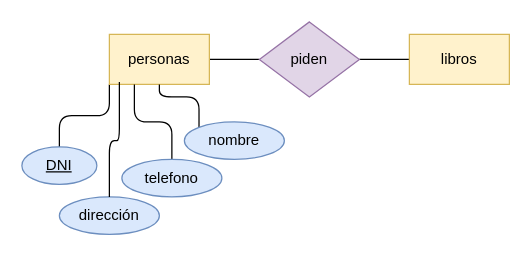
This is Unidad-1/Tareas/tarea-6/Diagrama sin título.drawio from toninavhd/Base-datos, a draw.io file, before an edit. Source tidied: cells renumbered, new cells numbered last; positions are measured from the earlier drawing's top-left corner, leaving out a move shared by most shapes. Both pictures are drawn from the tidied source at 125%, with x=0, y=0 at pixel (21, 21).
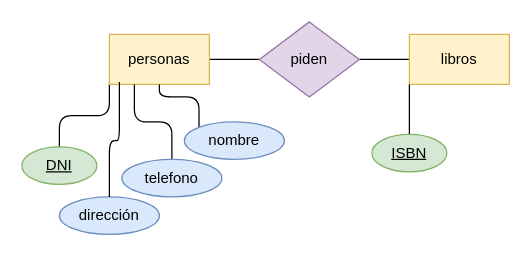
After the change.

The edit, as a diff of the source:
```diff
@@
 <mxGraphModel>
   <root>
     <mxCell id="0" />
     <mxCell id="1" parent="0" />
     <mxCell id="2" style="edgeStyle=orthogonalEdgeStyle;rounded=0;jettySize=auto;html=1;exitX=1;exitY=0.5;exitDx=0;exitDy=0;endArrow=none;endFill=0;" parent="1" edge="1" source="4">
       <mxGeometry relative="1" as="geometry">
         <mxPoint x="190" y="30" as="targetPoint" />
       </mxGeometry>
     </mxCell>
     <mxCell id="3" style="edgeStyle=orthogonalEdgeStyle;rounded=1;jettySize=auto;html=1;exitX=0;exitY=1;exitDx=0;exitDy=0;entryX=0.5;entryY=0;entryDx=0;entryDy=0;endArrow=none;endFill=0;" parent="1" edge="1" source="4" target="8">
       <mxGeometry relative="1" as="geometry" />
     </mxCell>
     <mxCell id="4" value="&lt;div&gt;personas&lt;/div&gt;" style="whiteSpace=wrap;html=1;fillColor=#fff2cc;strokeColor=#d6b656;" parent="1" vertex="1">
       <mxGeometry x="70" y="10" width="80" height="40" as="geometry" />
     </mxCell>
     <mxCell id="5" style="edgeStyle=orthogonalEdgeStyle;rounded=0;jettySize=auto;html=1;exitX=0;exitY=0.5;exitDx=0;exitDy=0;endArrow=none;endFill=0;" parent="1" edge="1" source="6">
       <mxGeometry relative="1" as="geometry">
         <mxPoint x="270" y="30" as="targetPoint" />
       </mxGeometry>
     </mxCell>
     <mxCell id="6" value="libros" style="whiteSpace=wrap;html=1;fillColor=#fff2cc;strokeColor=#d6b656;" parent="1" vertex="1">
       <mxGeometry x="310" y="10" width="80" height="40" as="geometry" />
     </mxCell>
     <mxCell id="7" value="piden" style="rhombus;whiteSpace=wrap;html=1;fillColor=#e1d5e7;strokeColor=#9673a6;" parent="1" vertex="1">
       <mxGeometry x="190" width="80" height="60" as="geometry" />
     </mxCell>
-    <mxCell id="8" value="&lt;u&gt;DNI&lt;/u&gt;" style="ellipse;whiteSpace=wrap;html=1;fillColor=#dae8fc;strokeColor=#6c8ebf;" parent="1" vertex="1">
+    <mxCell id="8" value="&lt;u&gt;DNI&lt;/u&gt;" style="ellipse;whiteSpace=wrap;html=1;fillColor=#d5e8d4;strokeColor=#82b366;" parent="1" vertex="1">
       <mxGeometry y="100" width="60" height="30" as="geometry" />
     </mxCell>
     <mxCell id="9" value="dirección" style="ellipse;whiteSpace=wrap;html=1;fillColor=#dae8fc;strokeColor=#6c8ebf;" parent="1" vertex="1">
       <mxGeometry x="30" y="140" width="80" height="30" as="geometry" />
     </mxCell>
     <mxCell id="10" style="edgeStyle=orthogonalEdgeStyle;rounded=1;jettySize=auto;html=1;exitX=0.5;exitY=0;exitDx=0;exitDy=0;entryX=0.1;entryY=0.95;entryDx=0;entryDy=0;entryPerimeter=0;endArrow=none;endFill=0;" parent="1" edge="1" source="9" target="4">
       <mxGeometry relative="1" as="geometry" />
     </mxCell>
     <mxCell id="11" style="edgeStyle=orthogonalEdgeStyle;rounded=1;jettySize=auto;html=1;exitX=0.5;exitY=0;exitDx=0;exitDy=0;entryX=0.25;entryY=1;entryDx=0;entryDy=0;endArrow=none;endFill=0;" parent="1" edge="1" source="12" target="4">
       <mxGeometry relative="1" as="geometry" />
     </mxCell>
     <mxCell id="12" value="telefono" style="ellipse;whiteSpace=wrap;html=1;fillColor=#dae8fc;strokeColor=#6c8ebf;" parent="1" vertex="1">
       <mxGeometry x="80" y="110" width="80" height="30" as="geometry" />
     </mxCell>
     <mxCell id="13" style="edgeStyle=orthogonalEdgeStyle;jettySize=auto;html=1;exitX=0;exitY=0;exitDx=0;exitDy=0;entryX=0.5;entryY=1;entryDx=0;entryDy=0;endArrow=none;endFill=0;rounded=1;" parent="1" edge="1" source="14" target="4">
       <mxGeometry relative="1" as="geometry" />
     </mxCell>
     <mxCell id="14" value="nombre" style="ellipse;whiteSpace=wrap;html=1;fillColor=#dae8fc;strokeColor=#6c8ebf;" parent="1" vertex="1">
       <mxGeometry x="130" y="80" width="80" height="30" as="geometry" />
     </mxCell>
+    <mxCell id="15" style="edgeStyle=orthogonalEdgeStyle;rounded=0;jettySize=auto;html=1;exitX=0.5;exitY=0;exitDx=0;exitDy=0;entryX=0;entryY=1;entryDx=0;entryDy=0;endArrow=none;endFill=0;" parent="1" edge="1" source="16" target="6">
+      <mxGeometry relative="1" as="geometry" />
+    </mxCell>
+    <mxCell id="16" value="&lt;u&gt;ISBN&lt;/u&gt;" style="ellipse;whiteSpace=wrap;html=1;fillColor=#d5e8d4;strokeColor=#82b366;" parent="1" vertex="1">
+      <mxGeometry x="280" y="90" width="60" height="30" as="geometry" />
+    </mxCell>
   </root>
 </mxGraphModel>
```
